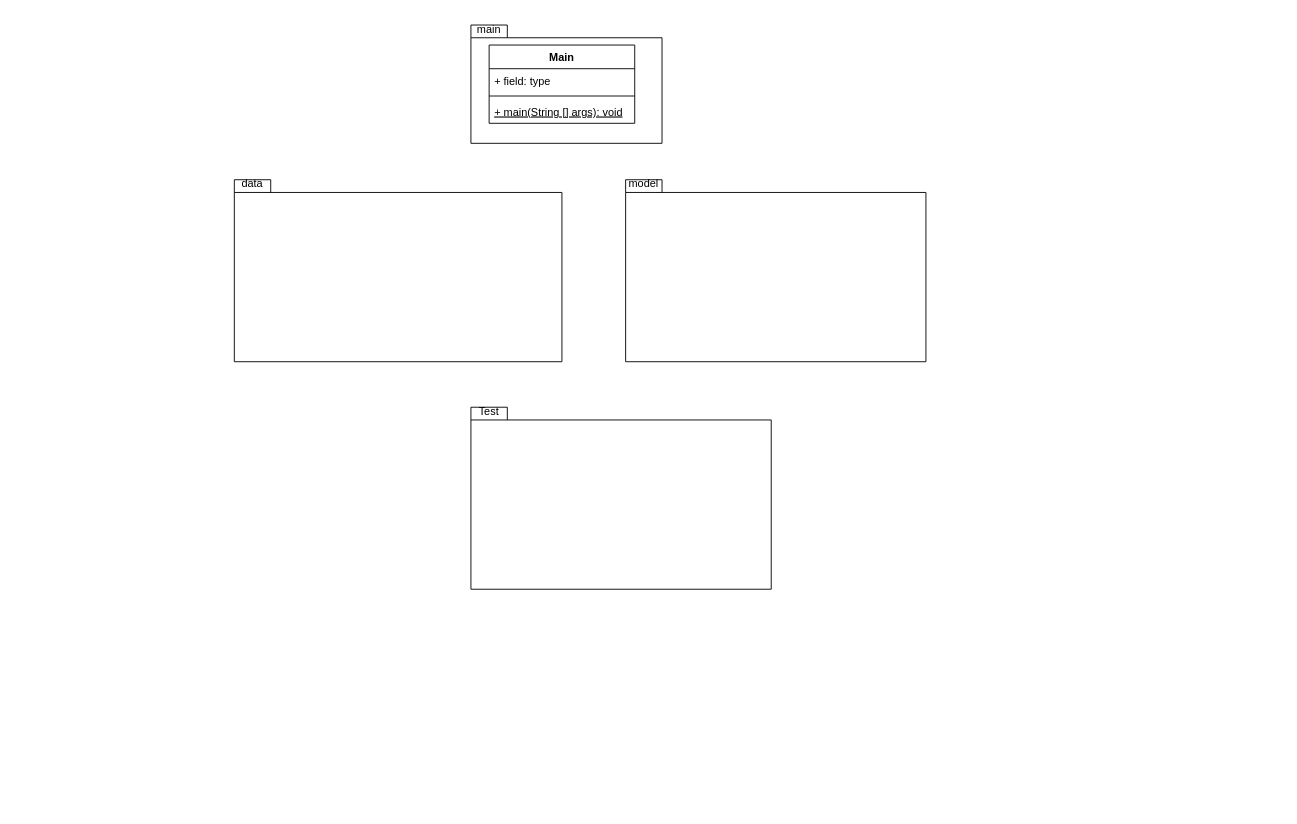
Above: docs/classDiagram.drawio in Alexander940/second_integrative_task (draw.io), before the change. Source tidied: cells renumbered, new cells numbered last; positions are measured from the earlier drawing's top-left corner, leaving out a move shared by most shapes. Both pictures are drawn from the tidied source at 91%, with x=0, y=0 at pixel (225, 15).
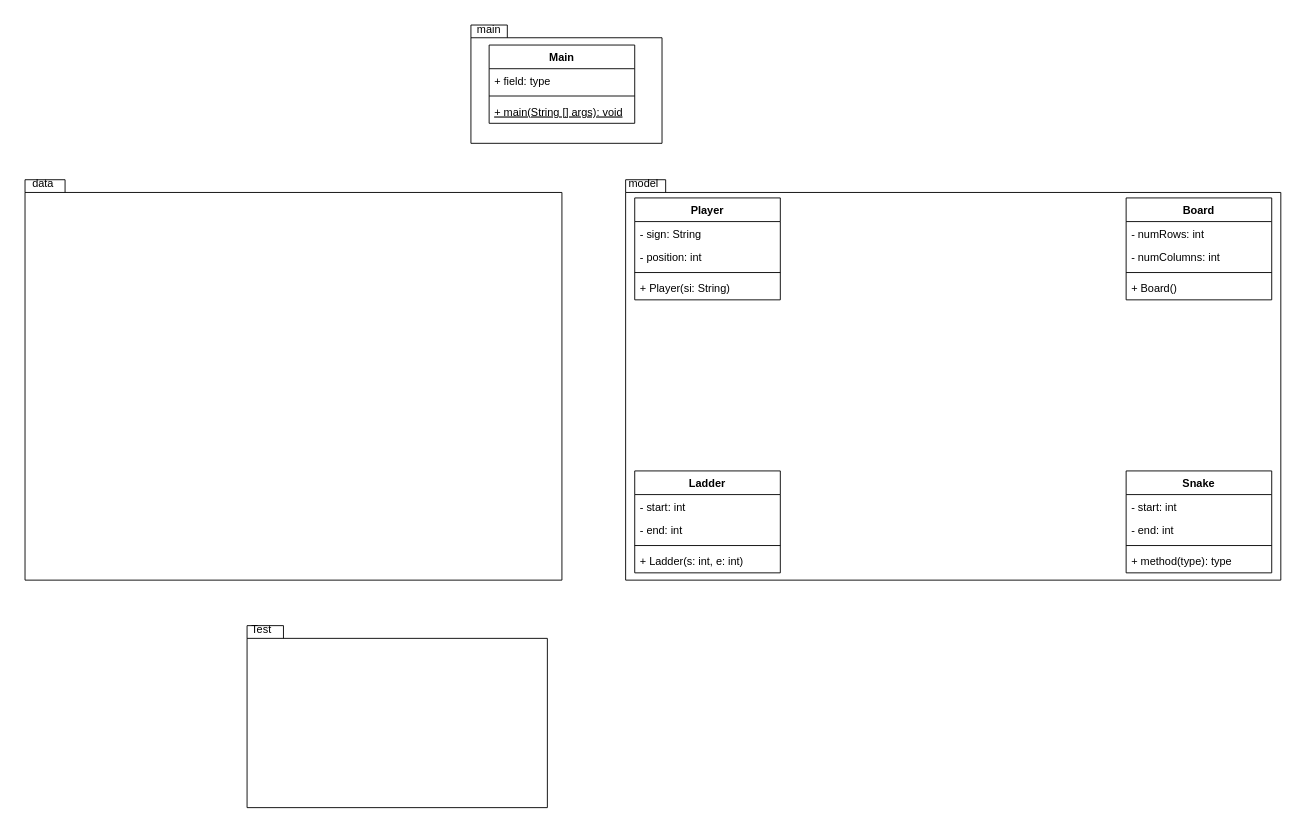
Above is the later version.

What changed in the source:
```diff
@@
     <mxCell id="8" style="shape=folder;fontStyle=1;spacingTop=10;tabWidth=40;tabHeight=14;tabPosition=left;html=1;" parent="1" vertex="1">
-      <mxGeometry x="440" y="180" width="330" height="200" as="geometry" />
+      <mxGeometry x="440" y="180" width="720" height="440" as="geometry" />
     </mxCell>
     <mxCell id="9" style="shape=folder;fontStyle=1;spacingTop=10;tabWidth=40;tabHeight=14;tabPosition=left;html=1;" parent="1" vertex="1">
-      <mxGeometry x="10" y="180" width="360" height="200" as="geometry" />
+      <mxGeometry x="-220" y="180" width="590" height="440" as="geometry" />
     </mxCell>
     <mxCell id="10" style="shape=folder;fontStyle=1;spacingTop=10;tabWidth=40;tabHeight=14;tabPosition=left;html=1;" parent="1" vertex="1">
-      <mxGeometry x="270" y="430" width="330" height="200" as="geometry" />
+      <mxGeometry x="24" y="670" width="330" height="200" as="geometry" />
     </mxCell>
     <mxCell id="11" value="data" style="text;html=1;strokeColor=none;fillColor=none;align=center;verticalAlign=middle;whiteSpace=wrap;rounded=0;" parent="1" vertex="1">
-      <mxGeometry y="170" width="60" height="30" as="geometry" />
+      <mxGeometry x="-230" y="170" width="60" height="30" as="geometry" />
     </mxCell>
@@
     <mxCell id="13" value="Test" style="text;html=1;strokeColor=none;fillColor=none;align=center;verticalAlign=middle;whiteSpace=wrap;rounded=0;" parent="1" vertex="1">
-      <mxGeometry x="260" y="420" width="60" height="30" as="geometry" />
+      <mxGeometry x="10" y="660" width="60" height="30" as="geometry" />
     </mxCell>
+    <mxCell id="14" value="Board" style="swimlane;fontStyle=1;align=center;verticalAlign=top;horizontal=1;startSize=26;" parent="1" vertex="1">
+      <mxGeometry x="990" y="200" width="160" height="112" as="geometry" />
+    </mxCell>
+    <mxCell id="15" value="- numRows: int" style="text;strokeColor=none;fillColor=none;align=left;verticalAlign=top;spacingLeft=4;spacingRight=4;overflow=hidden;" parent="14" vertex="1">
+      <mxGeometry y="26" width="160" height="26" as="geometry" />
+    </mxCell>
+    <mxCell id="16" value="- numColumns: int" style="text;strokeColor=none;fillColor=none;align=left;verticalAlign=top;spacingLeft=4;spacingRight=4;overflow=hidden;" parent="14" vertex="1">
+      <mxGeometry y="52" width="160" height="26" as="geometry" />
+    </mxCell>
+    <mxCell id="17" style="line;strokeWidth=1;fillColor=none;align=left;verticalAlign=middle;spacingTop=-1;spacingLeft=3;spacingRight=3;labelPosition=right;" parent="14" vertex="1">
+      <mxGeometry y="78" width="160" height="8" as="geometry" />
+    </mxCell>
+    <mxCell id="18" value="+ Board()" style="text;strokeColor=none;fillColor=none;align=left;verticalAlign=top;spacingLeft=4;spacingRight=4;overflow=hidden;" parent="14" vertex="1">
+      <mxGeometry y="86" width="160" height="26" as="geometry" />
+    </mxCell>
+    <mxCell id="19" value="Snake" style="swimlane;fontStyle=1;align=center;verticalAlign=top;horizontal=1;startSize=26;" parent="1" vertex="1">
+      <mxGeometry x="990" y="500" width="160" height="112" as="geometry" />
+    </mxCell>
+    <mxCell id="20" value="- start: int" style="text;strokeColor=none;fillColor=none;align=left;verticalAlign=top;spacingLeft=4;spacingRight=4;overflow=hidden;" parent="19" vertex="1">
+      <mxGeometry y="26" width="160" height="26" as="geometry" />
+    </mxCell>
+    <mxCell id="21" value="- end: int" style="text;strokeColor=none;fillColor=none;align=left;verticalAlign=top;spacingLeft=4;spacingRight=4;overflow=hidden;" parent="19" vertex="1">
+      <mxGeometry y="52" width="160" height="26" as="geometry" />
+    </mxCell>
+    <mxCell id="22" style="line;strokeWidth=1;fillColor=none;align=left;verticalAlign=middle;spacingTop=-1;spacingLeft=3;spacingRight=3;labelPosition=right;" parent="19" vertex="1">
+      <mxGeometry y="78" width="160" height="8" as="geometry" />
+    </mxCell>
+    <mxCell id="23" value="+ method(type): type" style="text;strokeColor=none;fillColor=none;align=left;verticalAlign=top;spacingLeft=4;spacingRight=4;overflow=hidden;" parent="19" vertex="1">
+      <mxGeometry y="86" width="160" height="26" as="geometry" />
+    </mxCell>
+    <mxCell id="24" value="Ladder" style="swimlane;fontStyle=1;align=center;verticalAlign=top;horizontal=1;startSize=26;" parent="1" vertex="1">
+      <mxGeometry x="450" y="500" width="160" height="112" as="geometry" />
+    </mxCell>
+    <mxCell id="25" value="- start: int" style="text;strokeColor=none;fillColor=none;align=left;verticalAlign=top;spacingLeft=4;spacingRight=4;overflow=hidden;" parent="24" vertex="1">
+      <mxGeometry y="26" width="160" height="26" as="geometry" />
+    </mxCell>
+    <mxCell id="26" value="- end: int" style="text;strokeColor=none;fillColor=none;align=left;verticalAlign=top;spacingLeft=4;spacingRight=4;overflow=hidden;" parent="24" vertex="1">
+      <mxGeometry y="52" width="160" height="26" as="geometry" />
+    </mxCell>
+    <mxCell id="27" style="line;strokeWidth=1;fillColor=none;align=left;verticalAlign=middle;spacingTop=-1;spacingLeft=3;spacingRight=3;labelPosition=right;" parent="24" vertex="1">
+      <mxGeometry y="78" width="160" height="8" as="geometry" />
+    </mxCell>
+    <mxCell id="28" value="+ Ladder(s: int, e: int)" style="text;strokeColor=none;fillColor=none;align=left;verticalAlign=top;spacingLeft=4;spacingRight=4;overflow=hidden;" parent="24" vertex="1">
+      <mxGeometry y="86" width="160" height="26" as="geometry" />
+    </mxCell>
+    <mxCell id="29" value="Player" style="swimlane;fontStyle=1;align=center;verticalAlign=top;horizontal=1;startSize=26;" parent="1" vertex="1">
+      <mxGeometry x="450" y="200" width="160" height="112" as="geometry" />
+    </mxCell>
+    <mxCell id="30" value="- sign: String" style="text;strokeColor=none;fillColor=none;align=left;verticalAlign=top;spacingLeft=4;spacingRight=4;overflow=hidden;" parent="29" vertex="1">
+      <mxGeometry y="26" width="160" height="26" as="geometry" />
+    </mxCell>
+    <mxCell id="31" value="- position: int" style="text;strokeColor=none;fillColor=none;align=left;verticalAlign=top;spacingLeft=4;spacingRight=4;overflow=hidden;" parent="29" vertex="1">
+      <mxGeometry y="52" width="160" height="26" as="geometry" />
+    </mxCell>
+    <mxCell id="32" style="line;strokeWidth=1;fillColor=none;align=left;verticalAlign=middle;spacingTop=-1;spacingLeft=3;spacingRight=3;labelPosition=right;" parent="29" vertex="1">
+      <mxGeometry y="78" width="160" height="8" as="geometry" />
+    </mxCell>
+    <mxCell id="33" value="+ Player(si: String)" style="text;strokeColor=none;fillColor=none;align=left;verticalAlign=top;spacingLeft=4;spacingRight=4;overflow=hidden;" parent="29" vertex="1">
+      <mxGeometry y="86" width="160" height="26" as="geometry" />
+    </mxCell>
```
